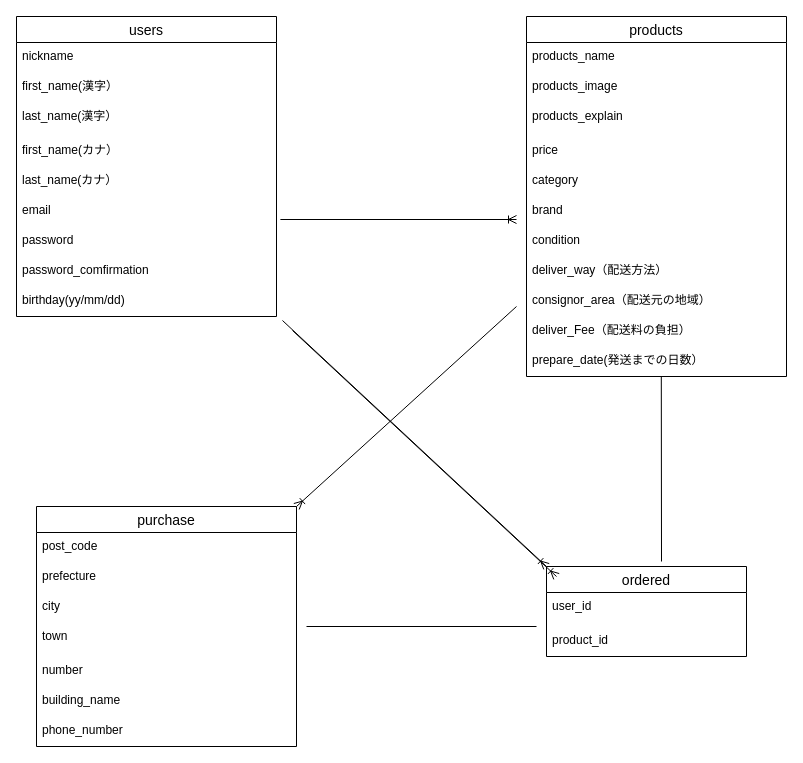
Before: er.dio in ryo-yamane/furima-34536, a draw.io diagram. Source tidied: cells renumbered, new cells numbered last; positions are measured from the earlier drawing's top-left corner, leaving out a move shared by most shapes. Both pictures are drawn from the tidied source at 100%, with x=0, y=0 at pixel (16, 16).
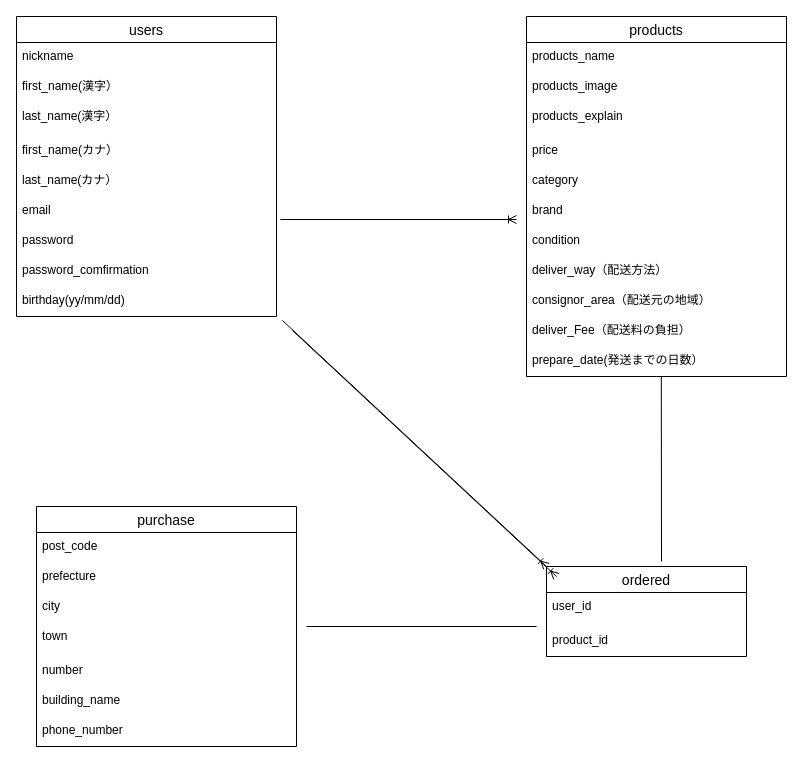
Above is the later version.

Unchanged cells that the change refers to:
```xml
<mxCell id="24" value="purchase" style="swimlane;fontStyle=0;horizontal=1;startSize=26;align=center;fontSize=14;" parent="1" vertex="1">
  <mxGeometry x="20" y="490" width="260" height="240" as="geometry" />
</mxCell>
```

The edit, as a diff of the source:
```diff
@@
-    <mxCell id="40" style="endArrow=ERoneToMany;html=1;rounded=0;entryX=1;entryY=0;entryDx=0;entryDy=0;endFill=0;" parent="1" edge="1" target="24">
-      <mxGeometry relative="1" as="geometry">
-        <mxPoint x="500" y="290" as="sourcePoint" />
-      </mxGeometry>
-    </mxCell>
```
